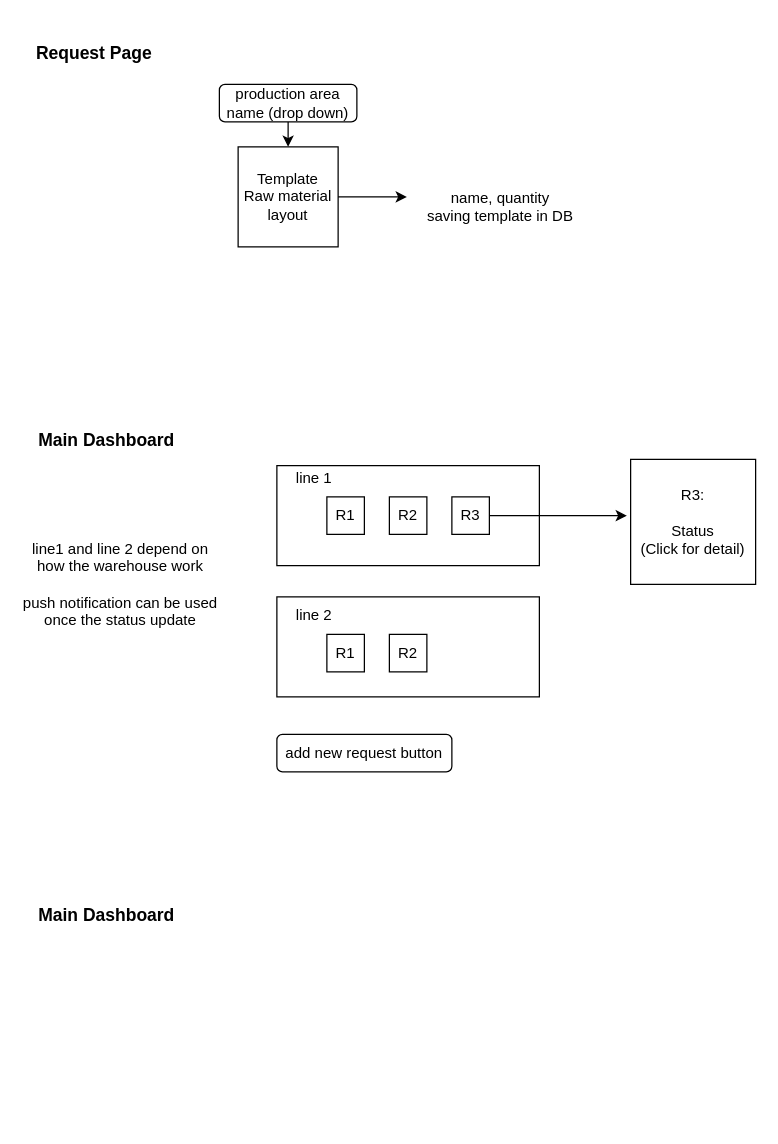
Before: Graph/Untitled Diagram.drawio in cd155/draw-io, a draw.io diagram. Source tidied: cells renumbered, new cells numbered last; positions are measured from the earlier drawing's top-left corner, leaving out a move shared by most shapes. Both pictures are drawn from the tidied source at 125%, with x=0, y=0 at pixel (21, 21).
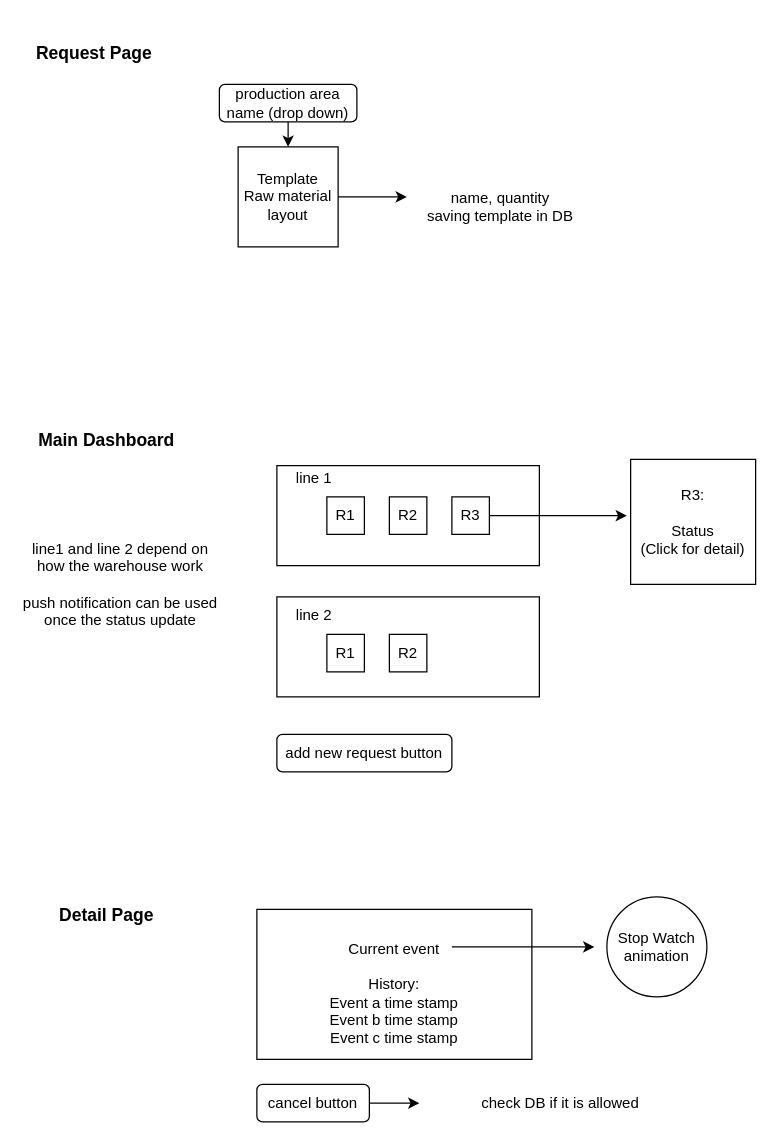
The same page after the edit.

Change to the diagram source:
```diff
@@
-    <mxCell id="22" value="&lt;b&gt;&lt;font style=&quot;font-size: 14px;&quot;&gt;Main Dashboard&lt;/font&gt;&lt;/b&gt;" style="text;html=1;strokeColor=none;fillColor=none;align=center;verticalAlign=middle;whiteSpace=wrap;rounded=0;" parent="1" vertex="1">
+    <mxCell id="22" value="&lt;b&gt;&lt;font style=&quot;font-size: 14px;&quot;&gt;Detail Page&lt;br&gt;&lt;/font&gt;&lt;/b&gt;" style="text;html=1;strokeColor=none;fillColor=none;align=center;verticalAlign=middle;whiteSpace=wrap;rounded=0;" parent="1" vertex="1">
       <mxGeometry x="8" y="690" width="120" height="50" as="geometry" />
     </mxCell>
+    <mxCell id="23" style="edgeStyle=orthogonalEdgeStyle;rounded=0;orthogonalLoop=1;jettySize=auto;html=1;" parent="1" edge="1">
+      <mxGeometry relative="1" as="geometry">
+        <mxPoint x="344" y="740" as="sourcePoint" />
+        <mxPoint x="458" y="740" as="targetPoint" />
+      </mxGeometry>
+    </mxCell>
+    <mxCell id="24" value="&lt;div&gt;&lt;br&gt;&lt;/div&gt;&lt;div&gt;&lt;div&gt;Current event&lt;/div&gt;&lt;div&gt;&lt;br&gt;&lt;/div&gt;&lt;/div&gt;&lt;div&gt;History:&lt;/div&gt;&lt;div&gt;Event a time stamp&lt;br&gt;&lt;/div&gt;&lt;div&gt;Event b time stamp&lt;/div&gt;&lt;div&gt;Event c time stamp&lt;/div&gt;" style="rounded=0;whiteSpace=wrap;html=1;fillColor=none;" parent="1" vertex="1">
+      <mxGeometry x="188" y="710" width="220" height="120" as="geometry" />
+    </mxCell>
+    <mxCell id="25" value="cancel button" style="rounded=1;whiteSpace=wrap;html=1;" parent="1" vertex="1">
+      <mxGeometry x="188" y="850" width="90" height="30" as="geometry" />
+    </mxCell>
+    <mxCell id="26" style="endArrow=classic;html=1;rounded=0;exitX=1;exitY=0.5;exitDx=0;exitDy=0;" parent="1" edge="1" source="25">
+      <mxGeometry relative="1" as="geometry">
+        <mxPoint x="318" y="865" as="targetPoint" />
+      </mxGeometry>
+    </mxCell>
+    <mxCell id="27" value="check DB if it is allowed" style="text;html=1;strokeColor=none;fillColor=none;align=center;verticalAlign=middle;whiteSpace=wrap;rounded=0;" parent="1" vertex="1">
+      <mxGeometry x="344" y="850" width="174" height="30" as="geometry" />
+    </mxCell>
+    <mxCell id="28" value="&lt;div&gt;Stop Watch animation&lt;br&gt;&lt;/div&gt;" style="ellipse;whiteSpace=wrap;html=1;" parent="1" vertex="1">
+      <mxGeometry x="468" y="700" width="80" height="80" as="geometry" />
+    </mxCell>
```
